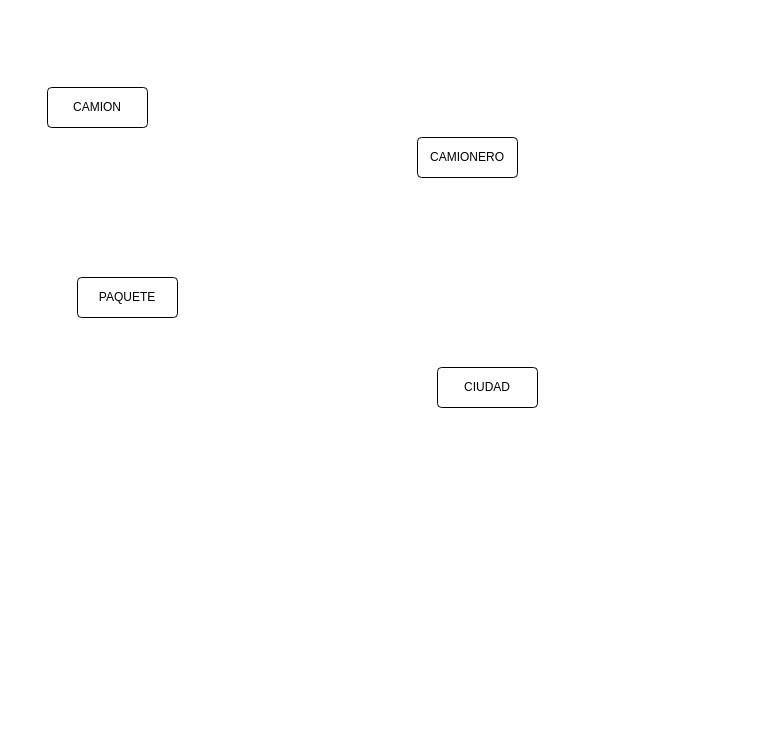
This is PrimerDiagrama_CFT.drawio from JoseAlberto13/JoseAlberto13, a draw.io file, before an edit. Source tidied: cells renumbered, new cells numbered last; positions are measured from the earlier drawing's top-left corner, leaving out a move shared by most shapes. Both pictures are drawn from the tidied source at 100%, with x=0, y=0 at pixel (47, 87).
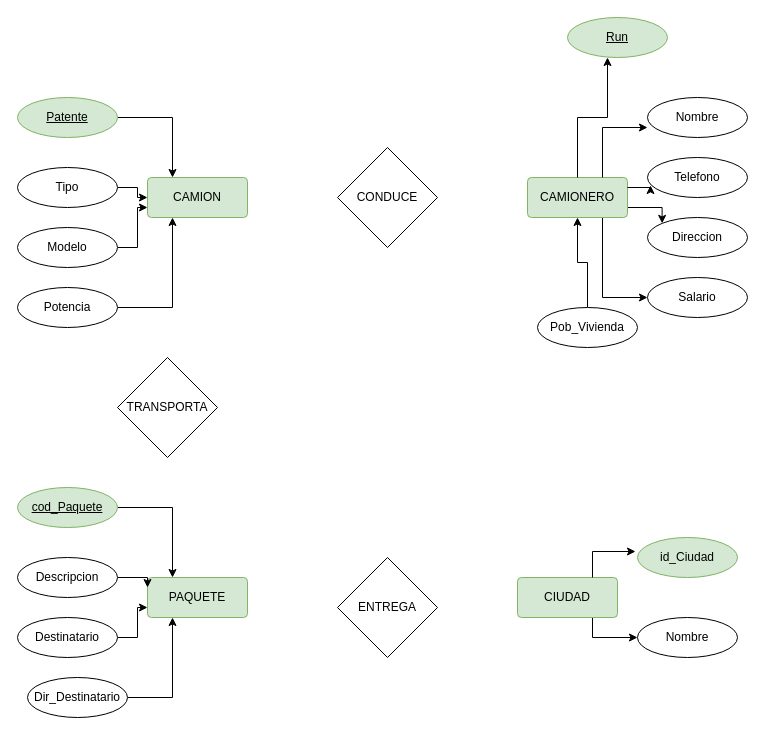
Above is the later version.

Change to the diagram source:
```diff
@@
-    <mxCell id="2" value="CAMION" style="rounded=1;arcSize=10;whiteSpace=wrap;html=1;align=center;" parent="1" vertex="1">
-      <mxGeometry width="100" height="40" as="geometry" />
+    <mxCell id="2" value="CAMION" style="rounded=1;arcSize=10;whiteSpace=wrap;html=1;align=center;fillColor=#d5e8d4;strokeColor=#82b366;" parent="1" vertex="1">
+      <mxGeometry x="100" y="90" width="100" height="40" as="geometry" />
     </mxCell>
+    <mxCell id="6" style="edgeStyle=orthogonalEdgeStyle;rounded=0;jettySize=auto;html=1;exitX=0.75;exitY=1;exitDx=0;exitDy=0;entryX=0;entryY=0.5;entryDx=0;entryDy=0;" parent="1" edge="1" source="3" target="33">
+      <mxGeometry relative="1" as="geometry" />
+    </mxCell>
-    <mxCell id="3" value="CIUDAD" style="rounded=1;arcSize=10;whiteSpace=wrap;html=1;align=center;" parent="1" vertex="1">
-      <mxGeometry x="390" y="280" width="100" height="40" as="geometry" />
+    <mxCell id="3" value="CIUDAD" style="rounded=1;arcSize=10;whiteSpace=wrap;html=1;align=center;fillColor=#d5e8d4;strokeColor=#82b366;" parent="1" vertex="1">
+      <mxGeometry x="470" y="490" width="100" height="40" as="geometry" />
     </mxCell>
+    <mxCell id="7" style="edgeStyle=orthogonalEdgeStyle;rounded=0;jettySize=auto;html=1;entryX=0;entryY=0.5;entryDx=0;entryDy=0;exitX=0.75;exitY=1;exitDx=0;exitDy=0;" parent="1" edge="1" source="4" target="29">
+      <mxGeometry relative="1" as="geometry" />
+    </mxCell>
+    <mxCell id="8" style="edgeStyle=orthogonalEdgeStyle;rounded=0;jettySize=auto;html=1;exitX=1;exitY=0.75;exitDx=0;exitDy=0;entryX=0;entryY=0;entryDx=0;entryDy=0;" parent="1" edge="1" source="4" target="27">
+      <mxGeometry relative="1" as="geometry" />
+    </mxCell>
-    <mxCell id="4" value="CAMIONERO" style="rounded=1;arcSize=10;whiteSpace=wrap;html=1;align=center;" parent="1" vertex="1">
-      <mxGeometry x="370" y="50" width="100" height="40" as="geometry" />
+    <mxCell id="4" value="CAMIONERO" style="rounded=1;arcSize=10;whiteSpace=wrap;html=1;align=center;fillColor=#d5e8d4;strokeColor=#82b366;" parent="1" vertex="1">
+      <mxGeometry x="480" y="90" width="100" height="40" as="geometry" />
     </mxCell>
-    <mxCell id="5" value="PAQUETE" style="rounded=1;arcSize=10;whiteSpace=wrap;html=1;align=center;" parent="1" vertex="1">
-      <mxGeometry x="30" y="190" width="100" height="40" as="geometry" />
+    <mxCell id="5" value="PAQUETE" style="rounded=1;arcSize=10;whiteSpace=wrap;html=1;align=center;fillColor=#d5e8d4;strokeColor=#82b366;" parent="1" vertex="1">
+      <mxGeometry x="100" y="490" width="100" height="40" as="geometry" />
     </mxCell>
+    <mxCell id="9" style="edgeStyle=orthogonalEdgeStyle;rounded=0;jettySize=auto;html=1;exitX=1;exitY=0.5;exitDx=0;exitDy=0;entryX=0.25;entryY=0;entryDx=0;entryDy=0;" parent="1" edge="1" source="10" target="2">
+      <mxGeometry relative="1" as="geometry" />
+    </mxCell>
+    <mxCell id="10" value="Patente" style="ellipse;whiteSpace=wrap;html=1;align=center;fontStyle=4;fillColor=#d5e8d4;strokeColor=#82b366;" parent="1" vertex="1">
+      <mxGeometry x="-30" y="10" width="100" height="40" as="geometry" />
+    </mxCell>
+    <mxCell id="11" style="edgeStyle=orthogonalEdgeStyle;rounded=0;jettySize=auto;html=1;exitX=1;exitY=0.5;exitDx=0;exitDy=0;" parent="1" edge="1" source="12" target="2">
+      <mxGeometry relative="1" as="geometry" />
+    </mxCell>
+    <mxCell id="12" value="Tipo" style="ellipse;whiteSpace=wrap;html=1;align=center;" parent="1" vertex="1">
+      <mxGeometry x="-30" y="80" width="100" height="40" as="geometry" />
+    </mxCell>
+    <mxCell id="13" style="edgeStyle=orthogonalEdgeStyle;rounded=0;jettySize=auto;html=1;exitX=1;exitY=0.5;exitDx=0;exitDy=0;entryX=0;entryY=0.75;entryDx=0;entryDy=0;" parent="1" edge="1" source="14" target="2">
+      <mxGeometry relative="1" as="geometry" />
+    </mxCell>
+    <mxCell id="14" value="Modelo" style="ellipse;whiteSpace=wrap;html=1;align=center;" parent="1" vertex="1">
+      <mxGeometry x="-30" y="140" width="100" height="40" as="geometry" />
+    </mxCell>
+    <mxCell id="15" style="edgeStyle=orthogonalEdgeStyle;rounded=0;jettySize=auto;html=1;exitX=1;exitY=0.5;exitDx=0;exitDy=0;entryX=0.25;entryY=1;entryDx=0;entryDy=0;" parent="1" edge="1" source="16" target="5">
+      <mxGeometry relative="1" as="geometry" />
+    </mxCell>
+    <mxCell id="16" value="Dir_Destinatario" style="ellipse;whiteSpace=wrap;html=1;align=center;" parent="1" vertex="1">
+      <mxGeometry x="-20" y="590" width="100" height="40" as="geometry" />
+    </mxCell>
+    <mxCell id="17" style="edgeStyle=orthogonalEdgeStyle;rounded=0;jettySize=auto;html=1;exitX=1;exitY=0.5;exitDx=0;exitDy=0;entryX=0;entryY=0.75;entryDx=0;entryDy=0;" parent="1" edge="1" source="18" target="5">
+      <mxGeometry relative="1" as="geometry" />
+    </mxCell>
+    <mxCell id="18" value="Destinatario" style="ellipse;whiteSpace=wrap;html=1;align=center;" parent="1" vertex="1">
+      <mxGeometry x="-30" y="530" width="100" height="40" as="geometry" />
+    </mxCell>
+    <mxCell id="19" style="edgeStyle=orthogonalEdgeStyle;rounded=0;jettySize=auto;html=1;exitX=1;exitY=0.5;exitDx=0;exitDy=0;entryX=0;entryY=0.25;entryDx=0;entryDy=0;" parent="1" edge="1" source="20" target="5">
+      <mxGeometry relative="1" as="geometry" />
+    </mxCell>
+    <mxCell id="20" value="Descripcion" style="ellipse;whiteSpace=wrap;html=1;align=center;" parent="1" vertex="1">
+      <mxGeometry x="-30" y="470" width="100" height="40" as="geometry" />
+    </mxCell>
+    <mxCell id="21" style="edgeStyle=orthogonalEdgeStyle;rounded=0;jettySize=auto;html=1;exitX=1;exitY=0.5;exitDx=0;exitDy=0;entryX=0.25;entryY=1;entryDx=0;entryDy=0;" parent="1" edge="1" source="22" target="2">
+      <mxGeometry relative="1" as="geometry" />
+    </mxCell>
+    <mxCell id="22" value="Potencia" style="ellipse;whiteSpace=wrap;html=1;align=center;" parent="1" vertex="1">
+      <mxGeometry x="-30" y="200" width="100" height="40" as="geometry" />
+    </mxCell>
+    <mxCell id="23" style="edgeStyle=orthogonalEdgeStyle;rounded=0;jettySize=auto;html=1;exitX=1;exitY=0.5;exitDx=0;exitDy=0;entryX=0.25;entryY=0;entryDx=0;entryDy=0;" parent="1" edge="1" source="24" target="5">
+      <mxGeometry relative="1" as="geometry" />
+    </mxCell>
+    <mxCell id="24" value="cod_Paquete" style="ellipse;whiteSpace=wrap;html=1;align=center;fontStyle=4;fillColor=#d5e8d4;strokeColor=#82b366;" parent="1" vertex="1">
+      <mxGeometry x="-30" y="400" width="100" height="40" as="geometry" />
+    </mxCell>
+    <mxCell id="25" value="Nombre" style="ellipse;whiteSpace=wrap;html=1;align=center;" parent="1" vertex="1">
+      <mxGeometry x="600" y="10" width="100" height="40" as="geometry" />
+    </mxCell>
+    <mxCell id="26" value="Run" style="ellipse;whiteSpace=wrap;html=1;align=center;fontStyle=4;fillColor=#d5e8d4;strokeColor=#82b366;" parent="1" vertex="1">
+      <mxGeometry x="520" y="-70" width="100" height="40" as="geometry" />
+    </mxCell>
+    <mxCell id="27" value="Direccion" style="ellipse;whiteSpace=wrap;html=1;align=center;" parent="1" vertex="1">
+      <mxGeometry x="600" y="130" width="100" height="40" as="geometry" />
+    </mxCell>
+    <mxCell id="28" value="Telefono" style="ellipse;whiteSpace=wrap;html=1;align=center;" parent="1" vertex="1">
+      <mxGeometry x="600" y="70" width="100" height="40" as="geometry" />
+    </mxCell>
+    <mxCell id="29" value="Salario" style="ellipse;whiteSpace=wrap;html=1;align=center;" parent="1" vertex="1">
+      <mxGeometry x="600" y="190" width="100" height="40" as="geometry" />
+    </mxCell>
+    <mxCell id="30" style="edgeStyle=orthogonalEdgeStyle;rounded=0;jettySize=auto;html=1;exitX=0.5;exitY=0;exitDx=0;exitDy=0;entryX=0.5;entryY=1;entryDx=0;entryDy=0;" parent="1" edge="1" source="31" target="4">
+      <mxGeometry relative="1" as="geometry" />
+    </mxCell>
+    <mxCell id="31" value="Pob_Vivienda" style="ellipse;whiteSpace=wrap;html=1;align=center;" parent="1" vertex="1">
+      <mxGeometry x="490" y="220" width="100" height="40" as="geometry" />
+    </mxCell>
+    <mxCell id="32" value="id_Ciudad" style="ellipse;whiteSpace=wrap;html=1;align=center;fillColor=#d5e8d4;strokeColor=#82b366;" parent="1" vertex="1">
+      <mxGeometry x="590" y="450" width="100" height="40" as="geometry" />
+    </mxCell>
+    <mxCell id="33" value="Nombre" style="ellipse;whiteSpace=wrap;html=1;align=center;" parent="1" vertex="1">
+      <mxGeometry x="590" y="530" width="100" height="40" as="geometry" />
+    </mxCell>
+    <mxCell id="34" style="edgeStyle=orthogonalEdgeStyle;rounded=0;jettySize=auto;html=1;exitX=1;exitY=0.25;exitDx=0;exitDy=0;entryX=0.03;entryY=0.7;entryDx=0;entryDy=0;entryPerimeter=0;" parent="1" edge="1" source="4" target="28">
+      <mxGeometry relative="1" as="geometry" />
+    </mxCell>
+    <mxCell id="35" style="edgeStyle=orthogonalEdgeStyle;rounded=0;jettySize=auto;html=1;exitX=0.75;exitY=0;exitDx=0;exitDy=0;entryX=0;entryY=0.75;entryDx=0;entryDy=0;entryPerimeter=0;" parent="1" edge="1" source="4" target="25">
+      <mxGeometry relative="1" as="geometry" />
+    </mxCell>
+    <mxCell id="36" style="edgeStyle=orthogonalEdgeStyle;rounded=0;jettySize=auto;html=1;exitX=0.5;exitY=0;exitDx=0;exitDy=0;entryX=0.4;entryY=1;entryDx=0;entryDy=0;entryPerimeter=0;" parent="1" edge="1" source="4" target="26">
+      <mxGeometry relative="1" as="geometry" />
+    </mxCell>
+    <mxCell id="37" style="edgeStyle=orthogonalEdgeStyle;rounded=0;jettySize=auto;html=1;exitX=0.75;exitY=0;exitDx=0;exitDy=0;entryX=-0.02;entryY=0.35;entryDx=0;entryDy=0;entryPerimeter=0;" parent="1" edge="1" source="3" target="32">
+      <mxGeometry relative="1" as="geometry" />
+    </mxCell>
+    <mxCell id="38" value="CONDUCE" style="rhombus;whiteSpace=wrap;html=1;" parent="1" vertex="1">
+      <mxGeometry x="290" y="60" width="100" height="100" as="geometry" />
+    </mxCell>
+    <mxCell id="39" value="ENTREGA" style="rhombus;whiteSpace=wrap;html=1;" parent="1" vertex="1">
+      <mxGeometry x="290" y="470" width="100" height="100" as="geometry" />
+    </mxCell>
+    <mxCell id="40" value="TRANSPORTA" style="rhombus;whiteSpace=wrap;html=1;" parent="1" vertex="1">
+      <mxGeometry x="70" y="270" width="100" height="100" as="geometry" />
+    </mxCell>
```
